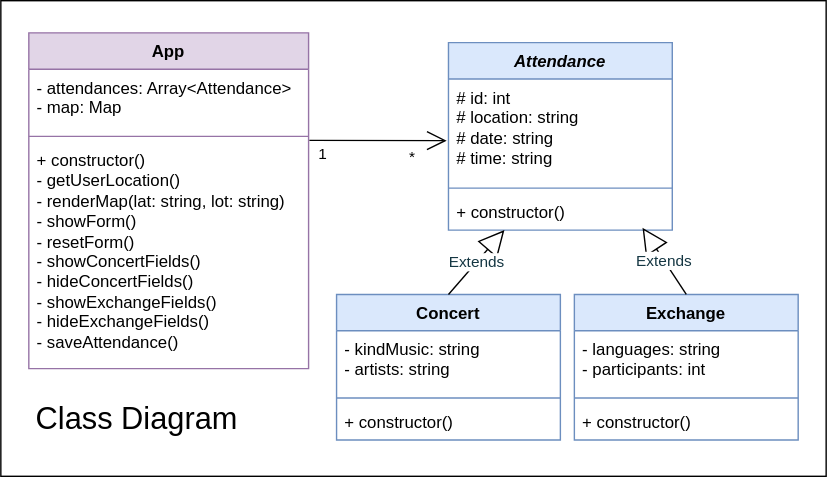
The draw.io diagram class-diagram.drawio.svg in josenavarrohub/vanilla-js-eventify, before a commit. Source tidied: cells renumbered, new cells last; positions are measured from the earlier drawing's top-left corner, leaving out a move shared by most shapes.
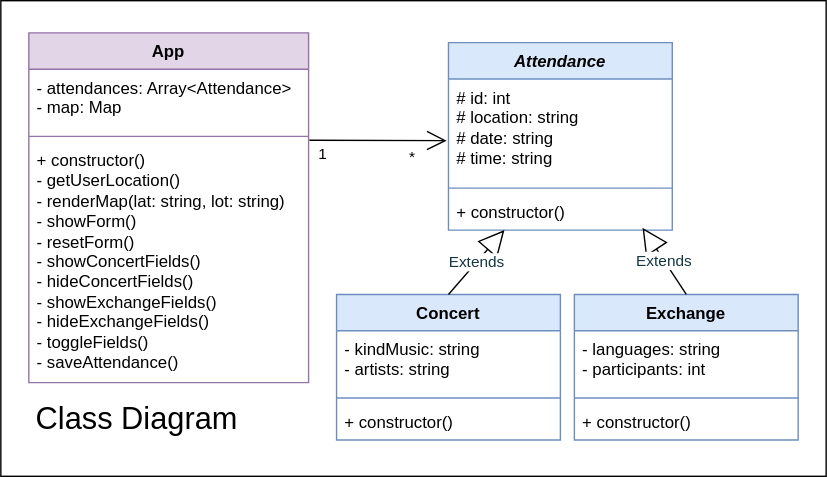
After the commit.

What changed in the source:
```diff
@@ -51,7 +51,7 @@
       <mxGeometry relative="1" as="geometry" />
     </mxCell>
     <mxCell id="18" value="App" style="swimlane;fontStyle=1;align=center;verticalAlign=top;horizontal=1;startSize=26;whiteSpace=wrap;html=1;swimlaneLine=1;fillColor=#e1d5e7;strokeColor=#9673a6;" parent="1" vertex="1">
-      <mxGeometry x="20" y="23" width="200" height="240" as="geometry" />
+      <mxGeometry x="20" y="23" width="200" height="250" as="geometry" />
     </mxCell>
     <mxCell id="19" value="- attendances: Array&amp;lt;Attendance&amp;gt;&lt;br&gt;- map: Map" style="text;strokeColor=none;fillColor=none;align=left;verticalAlign=top;spacingLeft=4;spacingRight=4;overflow=hidden;whiteSpace=wrap;html=1;" parent="18" vertex="1">
       <mxGeometry y="26" width="200" height="44" as="geometry" />
@@ -59,8 +59,8 @@
     <mxCell id="20" style="line;strokeWidth=1;fillColor=none;align=left;verticalAlign=middle;spacingTop=-1;spacingLeft=3;spacingRight=3;labelPosition=right;strokeColor=inherit;" parent="18" vertex="1">
       <mxGeometry y="70" width="200" height="8" as="geometry" />
     </mxCell>
-    <mxCell id="21" value="+ constructor()&lt;br&gt;- getUserLocation()&lt;br&gt;- renderMap(lat: string, lot: string)&lt;br&gt;- showForm()&lt;br&gt;- resetForm()&lt;br&gt;- showConcertFields()&lt;br&gt;- hideConcertFields()&lt;br&gt;- showExchangeFields()&lt;br&gt;- hideExchangeFields()&lt;br&gt;- saveAttendance()" style="text;strokeColor=none;fillColor=none;align=left;verticalAlign=top;spacingLeft=4;spacingRight=4;overflow=hidden;points=[[0,0.5],[1,0.5]];portConstraint=eastwest;whiteSpace=wrap;html=1;" parent="18" vertex="1">
-      <mxGeometry y="78" width="200" height="162" as="geometry" />
+    <mxCell id="21" value="+ constructor()&lt;br&gt;- getUserLocation()&lt;br&gt;- renderMap(lat: string, lot: string)&lt;br&gt;- showForm()&lt;br&gt;- resetForm()&lt;br&gt;- showConcertFields()&lt;br&gt;- hideConcertFields()&lt;br&gt;- showExchangeFields()&lt;br&gt;- hideExchangeFields()&lt;br&gt;- toggleFields()&lt;br&gt;- saveAttendance()" style="text;strokeColor=none;fillColor=none;align=left;verticalAlign=top;spacingLeft=4;spacingRight=4;overflow=hidden;points=[[0,0.5],[1,0.5]];portConstraint=eastwest;whiteSpace=wrap;html=1;" parent="18" vertex="1">
+      <mxGeometry y="78" width="200" height="172" as="geometry" />
     </mxCell>
     <mxCell id="22" style="endArrow=open;endFill=1;endSize=12;html=1;rounded=0;exitX=1.003;exitY=-0.007;exitDx=0;exitDy=0;exitPerimeter=0;entryX=-0.008;entryY=0.595;entryDx=0;entryDy=0;entryPerimeter=0;" parent="1" edge="1" source="21" target="5">
       <mxGeometry relative="1" as="geometry" />
```
